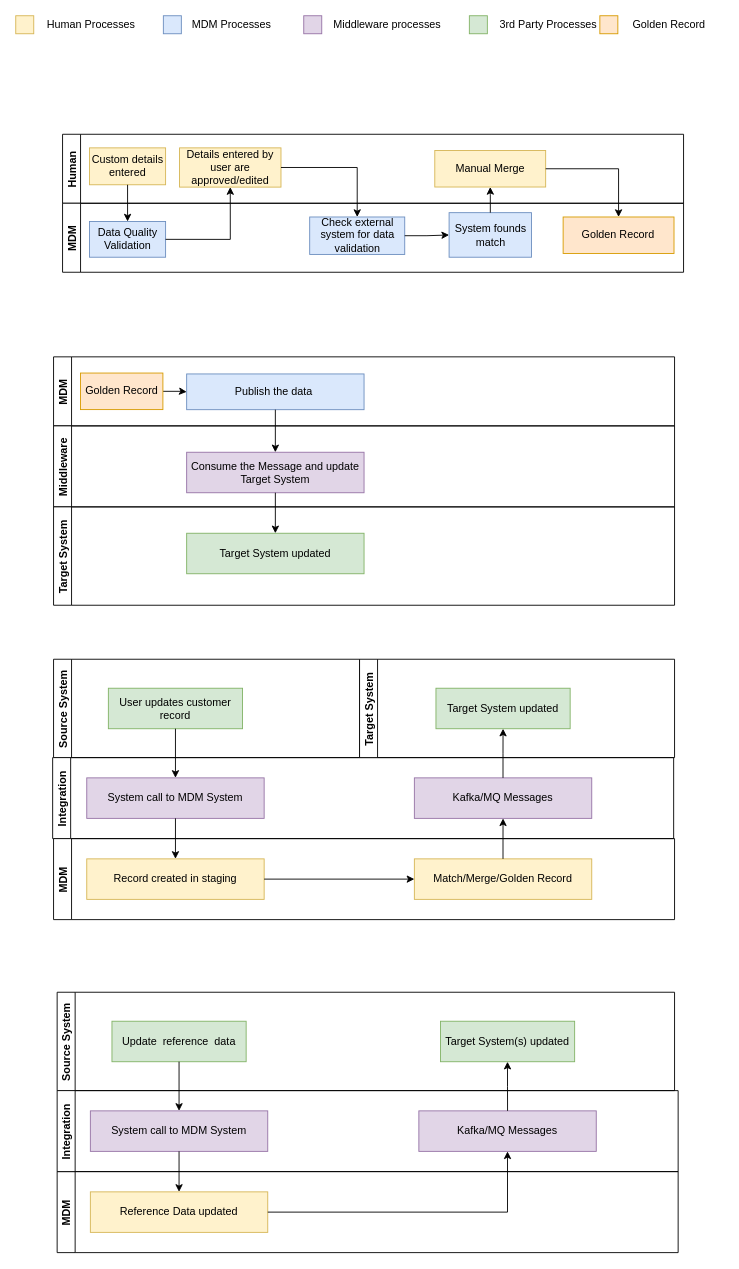
Earlier version of the draw.io diagram MDM-Processes.drawio (biswarup81/drawings). Source tidied: cells renumbered, new cells numbered last; positions are measured from the earlier drawing's top-left corner, leaving out a move shared by most shapes. Both pictures are drawn from the tidied source at 90%, with x=0, y=0 at pixel (15, 15).
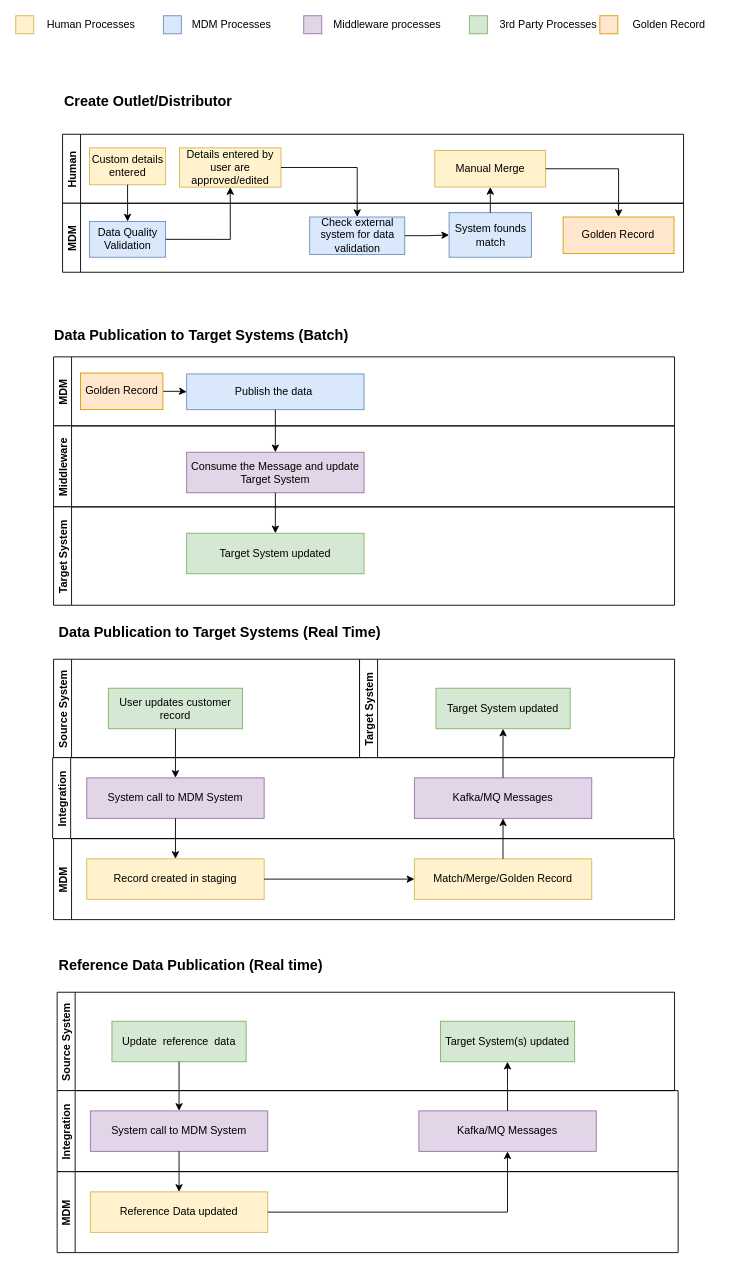
The same diagram, later.

Change to the diagram source:
```diff
@@
-    <mxCell id="2" style="group;" parent="1" vertex="1">
+    <mxCell id="2" style="group;fontSize=16;" parent="1" vertex="1">
       <mxGeometry x="52" y="55" width="690" height="230" as="geometry" />
     </mxCell>
@@
+    <mxCell id="66" value="Create Outlet/Distributor" style="text;html=1;strokeColor=none;fillColor=none;align=left;verticalAlign=middle;whiteSpace=wrap;rounded=0;fontSize=16;fontStyle=1;" parent="2" vertex="1">
+      <mxGeometry y="30" width="240" height="20" as="geometry" />
+    </mxCell>
@@
+    <mxCell id="67" value="Data Publication to Target Systems (Batch)" style="text;html=1;strokeColor=none;fillColor=none;align=left;verticalAlign=middle;whiteSpace=wrap;rounded=0;fontSize=16;fontStyle=1;" parent="1" vertex="1">
+      <mxGeometry x="41" y="345" width="371" height="20" as="geometry" />
+    </mxCell>
+    <mxCell id="68" value="Data Publication to Target Systems (Real Time)" style="text;html=1;strokeColor=none;fillColor=none;align=left;verticalAlign=middle;whiteSpace=wrap;rounded=0;fontSize=16;fontStyle=1;" parent="1" vertex="1">
+      <mxGeometry x="46" y="675" width="376" height="20" as="geometry" />
+    </mxCell>
+    <mxCell id="69" value="Reference Data Publication (Real time)" style="text;html=1;strokeColor=none;fillColor=none;align=left;verticalAlign=middle;whiteSpace=wrap;rounded=0;fontSize=16;fontStyle=1;" parent="1" vertex="1">
+      <mxGeometry x="46" y="1045" width="376" height="20" as="geometry" />
+    </mxCell>
```
